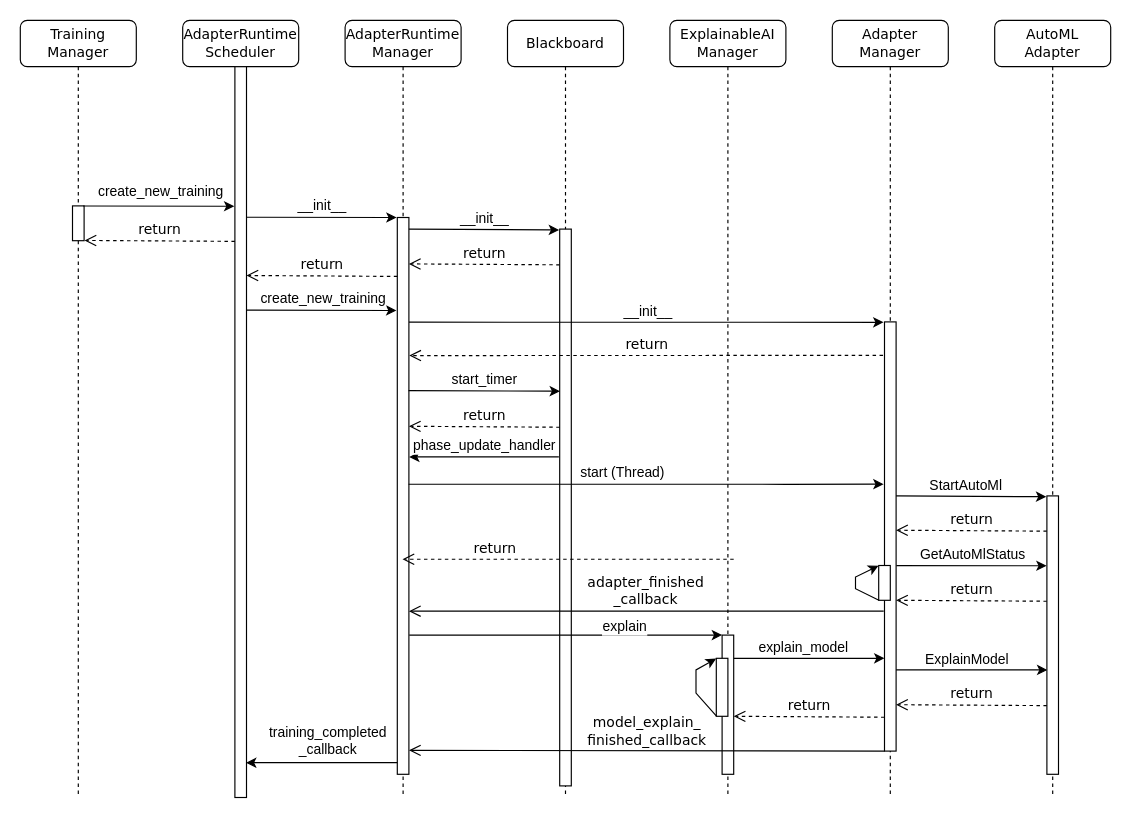
Earlier version of the draw.io diagram docs/draw.io/new training sequence.drawio (hochschule-darmstadt/MetaAutoML). Source tidied: cells renumbered, new cells numbered last; positions are measured from the earlier drawing's top-left corner, leaving out a move shared by most shapes. Both pictures are drawn from the tidied source at 116%, with x=0, y=0 at pixel (20, 20).
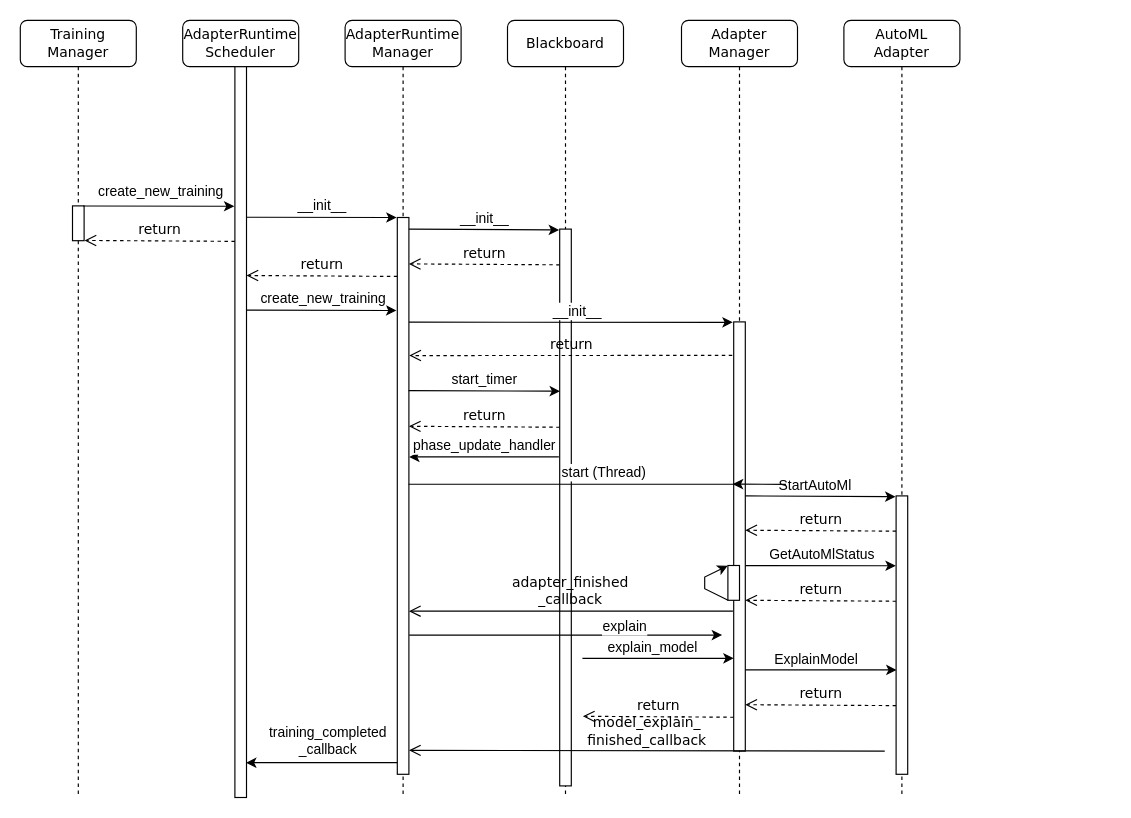
Above is the later version.

The change refers to these unchanged cells:
```xml
<mxCell id="4" value="AdapterRuntime&lt;br&gt;Manager" style="shape=umlLifeline;perimeter=lifelinePerimeter;whiteSpace=wrap;html=1;outlineConnect=0;rounded=1;shadow=0;comic=0;labelBackgroundColor=none;strokeWidth=1;fontFamily=Verdana;fontSize=12;align=center;" parent="1" vertex="1">
  <mxGeometry x="280" width="100" height="670" as="geometry" />
</mxCell>
<mxCell id="5" style="html=1;points=[];perimeter=orthogonalPerimeter;rounded=0;shadow=0;comic=0;labelBackgroundColor=none;strokeWidth=1;fontFamily=Verdana;fontSize=12;align=center;" parent="4" vertex="1">
  <mxGeometry x="45" y="170" width="10" height="480" as="geometry" />
</mxCell>
```

Change to the diagram source:
```diff
@@
     <mxCell id="16" value="Adapter&lt;br&gt;Manager" style="shape=umlLifeline;perimeter=lifelinePerimeter;whiteSpace=wrap;html=1;rounded=1;shadow=0;comic=0;labelBackgroundColor=none;strokeWidth=1;fontFamily=Verdana;fontSize=12;align=center;" parent="1" vertex="1">
-      <mxGeometry x="700" width="100" height="670" as="geometry" />
+      <mxGeometry x="570" width="100" height="670" as="geometry" />
     </mxCell>
@@
     <mxCell id="38" value="AutoML&lt;br&gt;Adapter" style="shape=umlLifeline;perimeter=lifelinePerimeter;whiteSpace=wrap;html=1;rounded=1;shadow=0;comic=0;labelBackgroundColor=none;strokeWidth=1;fontFamily=Verdana;fontSize=12;align=center;" parent="1" vertex="1">
-      <mxGeometry x="840" width="100" height="670" as="geometry" />
+      <mxGeometry x="710" width="100" height="670" as="geometry" />
     </mxCell>
@@
-    <mxCell id="40" value="ExplainableAI&lt;br&gt;Manager" style="shape=umlLifeline;perimeter=lifelinePerimeter;whiteSpace=wrap;html=1;rounded=1;shadow=0;comic=0;labelBackgroundColor=none;strokeWidth=1;fontFamily=Verdana;fontSize=12;align=center;" parent="1" vertex="1">
-      <mxGeometry x="560" width="100" height="670" as="geometry" />
-    </mxCell>
-    <mxCell id="41" value="return" style="html=1;verticalAlign=bottom;endArrow=open;dashed=1;endSize=8;exitX=-0.04;exitY=0.967;labelBackgroundColor=none;fontFamily=Verdana;fontSize=12;exitDx=0;exitDy=0;exitPerimeter=0;" parent="40" edge="1" target="4">
-      <mxGeometry x="0.44" relative="1" as="geometry">
-        <mxPoint x="55" y="464.6" as="sourcePoint" />
-      </mxGeometry>
-    </mxCell>
-    <mxCell id="42" style="html=1;points=[];perimeter=orthogonalPerimeter;rounded=0;shadow=0;comic=0;labelBackgroundColor=none;strokeWidth=1;fontFamily=Verdana;fontSize=12;align=center;" parent="40" vertex="1">
-      <mxGeometry x="45" y="530" width="10" height="120" as="geometry" />
-    </mxCell>
-    <mxCell id="43" style="html=1;points=[];perimeter=orthogonalPerimeter;rounded=0;shadow=0;comic=0;labelBackgroundColor=none;strokeWidth=1;fontFamily=Verdana;fontSize=12;align=center;" parent="40" vertex="1">
-      <mxGeometry x="40" y="550" width="10" height="50" as="geometry" />
-    </mxCell>
-    <mxCell id="44" style="endArrow=classic;html=1;rounded=0;fontSize=12;entryX=-0.011;entryY=0.004;entryDx=0;entryDy=0;entryPerimeter=0;exitX=0.016;exitY=0.998;exitDx=0;exitDy=0;exitPerimeter=0;" parent="40" edge="1" source="43" target="43">
-      <mxGeometry relative="1" as="geometry">
-        <Array as="points">
-          <mxPoint x="22.5" y="580" />
-          <mxPoint x="22.5" y="560" />
-        </Array>
-      </mxGeometry>
-    </mxCell>
-    <mxCell id="45" style="endArrow=classic;html=1;rounded=0;fontSize=12;exitX=1.032;exitY=0.75;exitDx=0;exitDy=0;exitPerimeter=0;" parent="1" edge="1" source="5" target="42">
-      <mxGeometry relative="1" as="geometry" />
+    <mxCell id="45" style="endArrow=classic;html=1;rounded=0;fontSize=12;exitX=1.032;exitY=0.75;exitDx=0;exitDy=0;exitPerimeter=0;" parent="1" edge="1" source="5">
+      <mxGeometry relative="1" as="geometry">
+        <mxPoint x="605" y="530" as="targetPoint" />
+      </mxGeometry>
     </mxCell>
```
